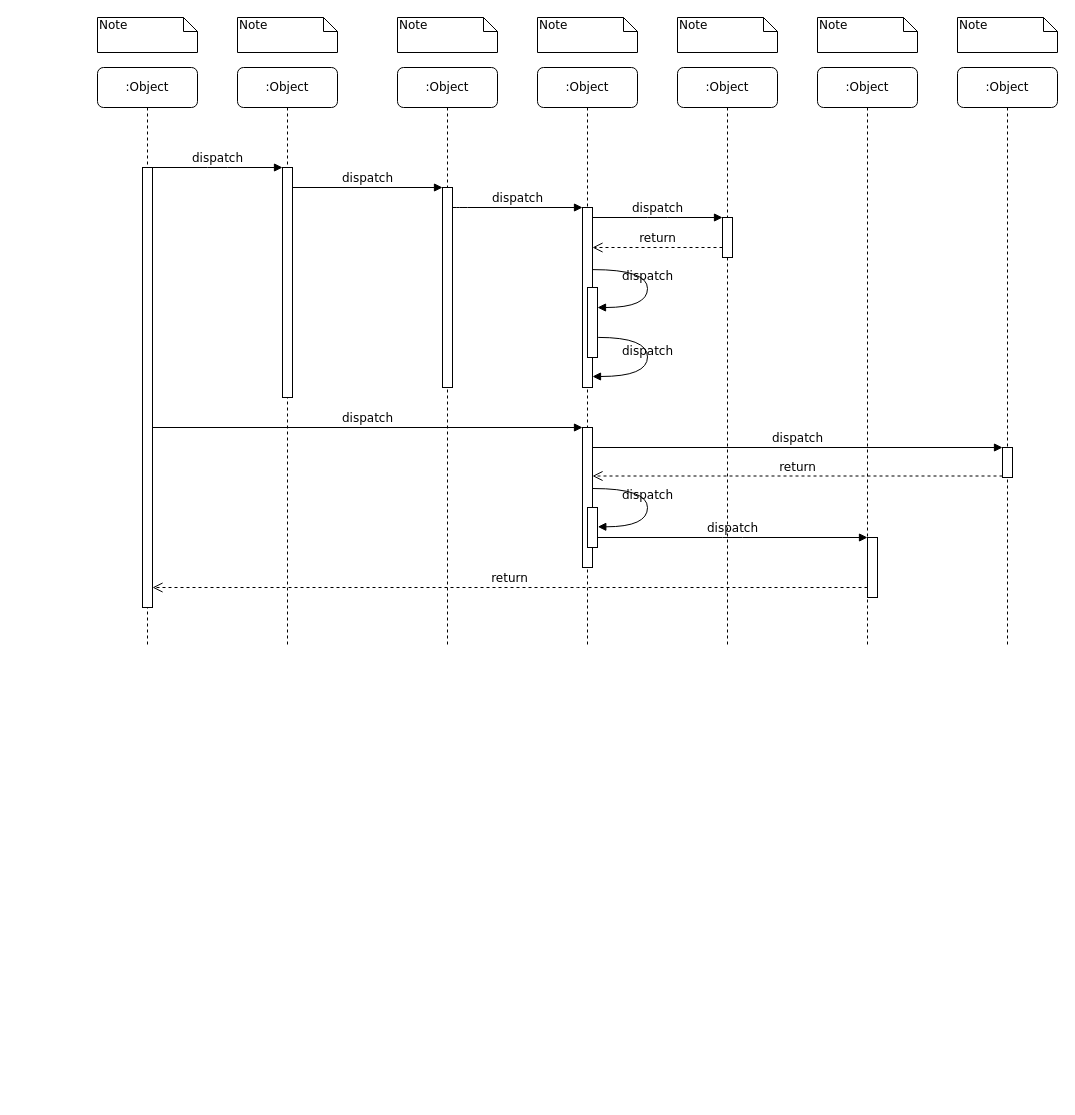
Earlier version of the draw.io diagram leyan/dxm/Sequence Diagram 1.drawio (GeekKwok/UML). Source tidied: cells renumbered, new cells numbered last; positions are measured from the earlier drawing's top-left corner, leaving out a move shared by most shapes. Both pictures are drawn from the tidied source at 100%, with x=0, y=0 at pixel (97, 17).
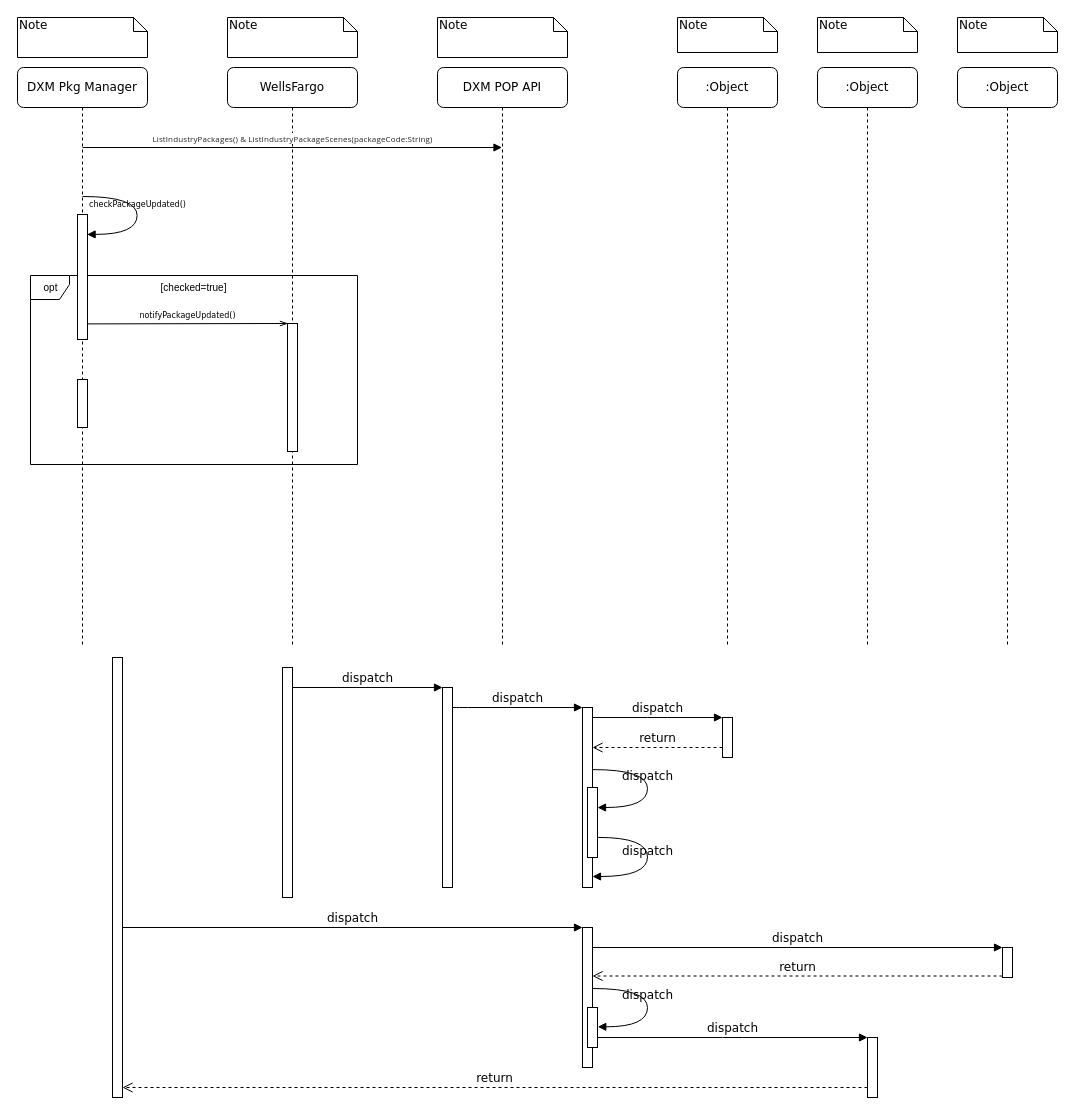
Above is the later version.

Change to the diagram source:
```diff
@@
-    <mxCell id="2" value=":Object" style="shape=umlLifeline;perimeter=lifelinePerimeter;whiteSpace=wrap;html=1;rounded=1;shadow=0;comic=0;labelBackgroundColor=none;strokeWidth=1;fontFamily=Verdana;fontSize=12;align=center;" parent="1" vertex="1">
-      <mxGeometry x="140" y="50" width="100" height="580" as="geometry" />
-    </mxCell>
-    <mxCell id="3" style="html=1;points=[];perimeter=orthogonalPerimeter;rounded=0;shadow=0;comic=0;labelBackgroundColor=none;strokeWidth=1;fontFamily=Verdana;fontSize=12;align=center;" parent="2" vertex="1">
-      <mxGeometry x="45" y="100" width="10" height="230" as="geometry" />
-    </mxCell>
-    <mxCell id="4" value=":Object" style="shape=umlLifeline;perimeter=lifelinePerimeter;whiteSpace=wrap;html=1;rounded=1;shadow=0;comic=0;labelBackgroundColor=none;strokeWidth=1;fontFamily=Verdana;fontSize=12;align=center;" parent="1" vertex="1">
-      <mxGeometry x="300" y="50" width="100" height="580" as="geometry" />
-    </mxCell>
-    <mxCell id="5" style="html=1;points=[];perimeter=orthogonalPerimeter;rounded=0;shadow=0;comic=0;labelBackgroundColor=none;strokeWidth=1;fontFamily=Verdana;fontSize=12;align=center;" parent="4" vertex="1">
-      <mxGeometry x="45" y="120" width="10" height="200" as="geometry" />
-    </mxCell>
-    <mxCell id="6" value=":Object" style="shape=umlLifeline;perimeter=lifelinePerimeter;whiteSpace=wrap;html=1;rounded=1;shadow=0;comic=0;labelBackgroundColor=none;strokeWidth=1;fontFamily=Verdana;fontSize=12;align=center;" parent="1" vertex="1">
-      <mxGeometry x="440" y="50" width="100" height="580" as="geometry" />
-    </mxCell>
+    <mxCell id="10" value="DXM Pkg Manager" style="shape=umlLifeline;perimeter=lifelinePerimeter;whiteSpace=wrap;html=1;rounded=1;shadow=0;comic=0;labelBackgroundColor=none;strokeWidth=1;fontFamily=Verdana;fontSize=12;align=center;" parent="1" vertex="1">
+      <mxGeometry x="-80" y="50" width="130" height="580" as="geometry" />
+    </mxCell>
+    <mxCell id="39" value="WellsFargo" style="shape=umlLifeline;perimeter=lifelinePerimeter;whiteSpace=wrap;html=1;rounded=1;shadow=0;comic=0;labelBackgroundColor=none;strokeWidth=1;fontFamily=Verdana;fontSize=12;align=center;" parent="1" vertex="1">
+      <mxGeometry x="130" y="50" width="130" height="580" as="geometry" />
+    </mxCell>
+    <mxCell id="40" value="&lt;font style=&quot;font-size: 10px&quot;&gt;opt&lt;/font&gt;" style="shape=umlFrame;tabPosition=left;html=1;boundedLbl=1;labelInHeader=1;width=39;height=24;" parent="1" vertex="1">
+      <mxGeometry x="-67" y="258" width="327" height="189" as="geometry" />
+    </mxCell>
+    <mxCell id="41" value="[checked=true]" style="text;align=center;fontSize=10;" parent="40" vertex="1">
+      <mxGeometry width="100" height="20" relative="1" as="geometry">
+        <mxPoint x="113.5" as="offset" />
+      </mxGeometry>
+    </mxCell>
+    <mxCell id="42" style="html=1;points=[];perimeter=orthogonalPerimeter;rounded=0;shadow=0;comic=0;labelBackgroundColor=none;strokeWidth=1;fontFamily=Verdana;fontSize=12;align=center;" parent="40" vertex="1">
+      <mxGeometry x="257" y="48" width="10" height="128" as="geometry" />
+    </mxCell>
+    <mxCell id="43" style="html=1;perimeter=orthogonalPerimeter;rounded=0;shadow=0;comic=0;labelBackgroundColor=none;strokeWidth=1;fontFamily=Verdana;fontSize=12;align=center;" parent="40" vertex="1">
+      <mxGeometry x="47" y="104" width="10" height="48" as="geometry" />
+    </mxCell>
@@
-    <mxCell id="10" value=":Object" style="shape=umlLifeline;perimeter=lifelinePerimeter;whiteSpace=wrap;html=1;rounded=1;shadow=0;comic=0;labelBackgroundColor=none;strokeWidth=1;fontFamily=Verdana;fontSize=12;align=center;" parent="1" vertex="1">
-      <mxGeometry y="50" width="100" height="580" as="geometry" />
-    </mxCell>
+    <mxCell id="34" value="Note" style="shape=note;whiteSpace=wrap;html=1;size=14;verticalAlign=top;align=left;spacingTop=-6;rounded=0;shadow=0;comic=0;labelBackgroundColor=none;strokeWidth=1;fontFamily=Verdana;fontSize=12;" parent="1" vertex="1">
+      <mxGeometry x="340" width="130" height="40" as="geometry" />
+    </mxCell>
+    <mxCell id="36" value="Note" style="shape=note;whiteSpace=wrap;html=1;size=14;verticalAlign=top;align=left;spacingTop=-6;rounded=0;shadow=0;comic=0;labelBackgroundColor=none;strokeWidth=1;fontFamily=Verdana;fontSize=12;" parent="1" vertex="1">
+      <mxGeometry x="580" width="100" height="35" as="geometry" />
+    </mxCell>
+    <mxCell id="37" value="Note" style="shape=note;whiteSpace=wrap;html=1;size=14;verticalAlign=top;align=left;spacingTop=-6;rounded=0;shadow=0;comic=0;labelBackgroundColor=none;strokeWidth=1;fontFamily=Verdana;fontSize=12;" parent="1" vertex="1">
+      <mxGeometry x="720" width="100" height="35" as="geometry" />
+    </mxCell>
+    <mxCell id="38" value="Note" style="shape=note;whiteSpace=wrap;html=1;size=14;verticalAlign=top;align=left;spacingTop=-6;rounded=0;shadow=0;comic=0;labelBackgroundColor=none;strokeWidth=1;fontFamily=Verdana;fontSize=12;" parent="1" vertex="1">
+      <mxGeometry x="860" width="100" height="35" as="geometry" />
+    </mxCell>
+    <mxCell id="3" style="html=1;points=[];perimeter=orthogonalPerimeter;rounded=0;shadow=0;comic=0;labelBackgroundColor=none;strokeWidth=1;fontFamily=Verdana;fontSize=12;align=center;" parent="1" vertex="1">
+      <mxGeometry x="185" y="650" width="10" height="230" as="geometry" />
+    </mxCell>
+    <mxCell id="5" style="html=1;points=[];perimeter=orthogonalPerimeter;rounded=0;shadow=0;comic=0;labelBackgroundColor=none;strokeWidth=1;fontFamily=Verdana;fontSize=12;align=center;" parent="1" vertex="1">
+      <mxGeometry x="345" y="670" width="10" height="200" as="geometry" />
+    </mxCell>
-    <mxCell id="11" style="html=1;points=[];perimeter=orthogonalPerimeter;rounded=0;shadow=0;comic=0;labelBackgroundColor=none;strokeWidth=1;fontFamily=Verdana;fontSize=12;align=center;" parent="10" vertex="1">
-      <mxGeometry x="45" y="100" width="10" height="440" as="geometry" />
+    <mxCell id="11" style="html=1;points=[];perimeter=orthogonalPerimeter;rounded=0;shadow=0;comic=0;labelBackgroundColor=none;strokeWidth=1;fontFamily=Verdana;fontSize=12;align=center;" parent="1" vertex="1">
+      <mxGeometry x="15" y="640" width="10" height="440" as="geometry" />
     </mxCell>
     <mxCell id="12" style="html=1;points=[];perimeter=orthogonalPerimeter;rounded=0;shadow=0;comic=0;labelBackgroundColor=none;strokeWidth=1;fontFamily=Verdana;fontSize=12;align=center;" parent="1" vertex="1">
-      <mxGeometry x="485" y="190" width="10" height="180" as="geometry" />
+      <mxGeometry x="485" y="690" width="10" height="180" as="geometry" />
     </mxCell>
     <mxCell id="13" value="dispatch" style="html=1;verticalAlign=bottom;endArrow=block;labelBackgroundColor=none;fontFamily=Verdana;fontSize=12;edgeStyle=elbowEdgeStyle;elbow=vertical;" parent="1" edge="1" source="5" target="12">
       <mxGeometry relative="1" as="geometry">
         <Array as="points">
-          <mxPoint x="360" y="190" />
+          <mxPoint x="360" y="690" />
         </Array>
       </mxGeometry>
     </mxCell>
     <mxCell id="14" style="html=1;points=[];perimeter=orthogonalPerimeter;rounded=0;shadow=0;comic=0;labelBackgroundColor=none;strokeWidth=1;fontFamily=Verdana;fontSize=12;align=center;" parent="1" vertex="1">
-      <mxGeometry x="625" y="200" width="10" height="40" as="geometry" />
+      <mxGeometry x="625" y="700" width="10" height="40" as="geometry" />
     </mxCell>
@@
     <mxCell id="16" value="return" style="html=1;verticalAlign=bottom;endArrow=open;dashed=1;endSize=8;labelBackgroundColor=none;fontFamily=Verdana;fontSize=12;edgeStyle=elbowEdgeStyle;elbow=vertical;" parent="1" edge="1" source="14" target="12">
       <mxGeometry relative="1" as="geometry">
         <Array as="points">
-          <mxPoint x="570" y="230" />
-          <mxPoint x="600" y="230" />
+          <mxPoint x="570" y="730" />
+          <mxPoint x="600" y="730" />
         </Array>
       </mxGeometry>
     </mxCell>
     <mxCell id="17" style="html=1;points=[];perimeter=orthogonalPerimeter;rounded=0;shadow=0;comic=0;labelBackgroundColor=none;strokeWidth=1;fontFamily=Verdana;fontSize=12;align=center;" parent="1" vertex="1">
-      <mxGeometry x="485" y="410" width="10" height="140" as="geometry" />
+      <mxGeometry x="485" y="910" width="10" height="140" as="geometry" />
     </mxCell>
@@
     <mxCell id="19" style="html=1;points=[];perimeter=orthogonalPerimeter;rounded=0;shadow=0;comic=0;labelBackgroundColor=none;strokeColor=#000000;strokeWidth=1;fillColor=#FFFFFF;fontFamily=Verdana;fontSize=12;fontColor=#000000;align=center;" parent="1" vertex="1">
-      <mxGeometry x="905" y="430" width="10" height="30" as="geometry" />
+      <mxGeometry x="905" y="930" width="10" height="30" as="geometry" />
     </mxCell>
@@
     <mxCell id="22" style="html=1;points=[];perimeter=orthogonalPerimeter;rounded=0;shadow=0;comic=0;labelBackgroundColor=none;strokeWidth=1;fontFamily=Verdana;fontSize=12;align=center;" parent="1" vertex="1">
-      <mxGeometry x="770" y="520" width="10" height="60" as="geometry" />
+      <mxGeometry x="770" y="1020" width="10" height="60" as="geometry" />
     </mxCell>
@@
     <mxCell id="24" value="return" style="html=1;verticalAlign=bottom;endArrow=open;dashed=1;endSize=8;labelBackgroundColor=none;fontFamily=Verdana;fontSize=12;edgeStyle=elbowEdgeStyle;elbow=vertical;" parent="1" edge="1" source="22" target="11">
       <mxGeometry relative="1" as="geometry">
         <Array as="points">
-          <mxPoint x="470" y="570" />
+          <mxPoint x="470" y="1070" />
         </Array>
       </mxGeometry>
     </mxCell>
-    <mxCell id="25" value="dispatch" style="html=1;verticalAlign=bottom;endArrow=block;entryX=0;entryY=0;labelBackgroundColor=none;fontFamily=Verdana;fontSize=12;edgeStyle=elbowEdgeStyle;elbow=vertical;" parent="1" edge="1" source="11" target="3">
-      <mxGeometry relative="1" as="geometry" />
-    </mxCell>
@@
     <mxCell id="27" style="html=1;points=[];perimeter=orthogonalPerimeter;rounded=0;shadow=0;comic=0;labelBackgroundColor=none;strokeWidth=1;fontFamily=Verdana;fontSize=12;align=center;" parent="1" vertex="1">
-      <mxGeometry x="490" y="270" width="10" height="70" as="geometry" />
+      <mxGeometry x="490" y="770" width="10" height="70" as="geometry" />
     </mxCell>
     <mxCell id="28" value="dispatch" style="html=1;verticalAlign=bottom;endArrow=block;labelBackgroundColor=none;fontFamily=Verdana;fontSize=12;elbow=vertical;edgeStyle=orthogonalEdgeStyle;curved=1;entryX=1;entryY=0.286;entryPerimeter=0;exitX=1.038;exitY=0.345;exitPerimeter=0;" parent="1" edge="1" source="12" target="27">
       <mxGeometry relative="1" as="geometry">
         <Array as="points">
-          <mxPoint x="550" y="252" />
-          <mxPoint x="550" y="290" />
+          <mxPoint x="550" y="752" />
+          <mxPoint x="550" y="790" />
         </Array>
       </mxGeometry>
     </mxCell>
     <mxCell id="29" value="dispatch" style="html=1;verticalAlign=bottom;endArrow=block;labelBackgroundColor=none;fontFamily=Verdana;fontSize=12;elbow=vertical;edgeStyle=orthogonalEdgeStyle;curved=1;exitX=1.066;exitY=0.713;exitPerimeter=0;" parent="1" edge="1" source="27">
       <mxGeometry relative="1" as="geometry">
-        <mxPoint x="495" y="359" as="targetPoint" />
+        <mxPoint x="495" y="859" as="targetPoint" />
         <Array as="points">
-          <mxPoint x="550" y="320" />
-          <mxPoint x="550" y="359" />
+          <mxPoint x="550" y="820" />
+          <mxPoint x="550" y="859" />
         </Array>
       </mxGeometry>
     </mxCell>
     <mxCell id="30" style="html=1;points=[];perimeter=orthogonalPerimeter;rounded=0;shadow=0;comic=0;labelBackgroundColor=none;strokeWidth=1;fontFamily=Verdana;fontSize=12;align=center;" parent="1" vertex="1">
-      <mxGeometry x="490" y="490" width="10" height="40" as="geometry" />
+      <mxGeometry x="490" y="990" width="10" height="40" as="geometry" />
     </mxCell>
     <mxCell id="31" value="dispatch" style="html=1;verticalAlign=bottom;endArrow=block;labelBackgroundColor=none;fontFamily=Verdana;fontSize=12;elbow=vertical;edgeStyle=orthogonalEdgeStyle;curved=1;entryX=1;entryY=0.286;entryPerimeter=0;exitX=1.038;exitY=0.345;exitPerimeter=0;" parent="1" edge="1">
       <mxGeometry relative="1" as="geometry">
-        <mxPoint x="495.3" y="471" as="sourcePoint" />
-        <mxPoint x="500.3" y="509.3" as="targetPoint" />
+        <mxPoint x="495.3" y="971" as="sourcePoint" />
+        <mxPoint x="500.3" y="1009.3" as="targetPoint" />
         <Array as="points">
-          <mxPoint x="550" y="471" />
-          <mxPoint x="550" y="509" />
+          <mxPoint x="550" y="971" />
+          <mxPoint x="550" y="1009" />
         </Array>
       </mxGeometry>
     </mxCell>
-    <mxCell id="32" value="Note" style="shape=note;whiteSpace=wrap;html=1;size=14;verticalAlign=top;align=left;spacingTop=-6;rounded=0;shadow=0;comic=0;labelBackgroundColor=none;strokeWidth=1;fontFamily=Verdana;fontSize=12;" parent="1" vertex="1">
-      <mxGeometry width="100" height="35" as="geometry" />
-    </mxCell>
-    <mxCell id="33" value="Note" style="shape=note;whiteSpace=wrap;html=1;size=14;verticalAlign=top;align=left;spacingTop=-6;rounded=0;shadow=0;comic=0;labelBackgroundColor=none;strokeWidth=1;fontFamily=Verdana;fontSize=12;" parent="1" vertex="1">
-      <mxGeometry x="140" width="100" height="35" as="geometry" />
-    </mxCell>
-    <mxCell id="34" value="Note" style="shape=note;whiteSpace=wrap;html=1;size=14;verticalAlign=top;align=left;spacingTop=-6;rounded=0;shadow=0;comic=0;labelBackgroundColor=none;strokeWidth=1;fontFamily=Verdana;fontSize=12;" parent="1" vertex="1">
-      <mxGeometry x="300" width="100" height="35" as="geometry" />
-    </mxCell>
-    <mxCell id="35" value="Note" style="shape=note;whiteSpace=wrap;html=1;size=14;verticalAlign=top;align=left;spacingTop=-6;rounded=0;shadow=0;comic=0;labelBackgroundColor=none;strokeWidth=1;fontFamily=Verdana;fontSize=12;" parent="1" vertex="1">
-      <mxGeometry x="440" width="100" height="35" as="geometry" />
-    </mxCell>
-    <mxCell id="36" value="Note" style="shape=note;whiteSpace=wrap;html=1;size=14;verticalAlign=top;align=left;spacingTop=-6;rounded=0;shadow=0;comic=0;labelBackgroundColor=none;strokeWidth=1;fontFamily=Verdana;fontSize=12;" parent="1" vertex="1">
-      <mxGeometry x="580" width="100" height="35" as="geometry" />
-    </mxCell>
-    <mxCell id="37" value="Note" style="shape=note;whiteSpace=wrap;html=1;size=14;verticalAlign=top;align=left;spacingTop=-6;rounded=0;shadow=0;comic=0;labelBackgroundColor=none;strokeWidth=1;fontFamily=Verdana;fontSize=12;" parent="1" vertex="1">
-      <mxGeometry x="720" width="100" height="35" as="geometry" />
-    </mxCell>
-    <mxCell id="38" value="Note" style="shape=note;whiteSpace=wrap;html=1;size=14;verticalAlign=top;align=left;spacingTop=-6;rounded=0;shadow=0;comic=0;labelBackgroundColor=none;strokeWidth=1;fontFamily=Verdana;fontSize=12;" parent="1" vertex="1">
-      <mxGeometry x="860" width="100" height="35" as="geometry" />
-    </mxCell>
+    <mxCell id="44" value="DXM POP API" style="shape=umlLifeline;perimeter=lifelinePerimeter;whiteSpace=wrap;html=1;outlineConnect=0;rounded=1;shadow=0;comic=0;labelBackgroundColor=none;strokeWidth=1;fontFamily=Verdana;fontSize=12;align=center;" parent="1" vertex="1">
+      <mxGeometry x="340" y="50" width="130" height="580" as="geometry" />
+    </mxCell>
+    <mxCell id="45" value="Note" style="shape=note;whiteSpace=wrap;html=1;size=14;verticalAlign=top;align=left;spacingTop=-6;rounded=0;shadow=0;comic=0;labelBackgroundColor=none;strokeWidth=1;fontFamily=Verdana;fontSize=12;" parent="1" vertex="1">
+      <mxGeometry x="130" width="130" height="40" as="geometry" />
+    </mxCell>
+    <mxCell id="46" value="Note" style="shape=note;whiteSpace=wrap;html=1;size=14;verticalAlign=top;align=left;spacingTop=-6;rounded=0;shadow=0;comic=0;labelBackgroundColor=none;strokeWidth=1;fontFamily=Verdana;fontSize=12;" parent="1" vertex="1">
+      <mxGeometry x="-80" width="130" height="40" as="geometry" />
+    </mxCell>
+    <mxCell id="47" value="&lt;font style=&quot;font-size: 8px&quot;&gt;&lt;span style=&quot;box-sizing: border-box ; color: rgb(64 , 64 , 64) ; font-family: &amp;#34;chinese quote&amp;#34; , &amp;#34;segoe ui&amp;#34; , &amp;#34;roboto&amp;#34; , &amp;#34;pingfang sc&amp;#34; , &amp;#34;hiragino sans gb&amp;#34; , &amp;#34;microsoft yahei&amp;#34; , &amp;#34;helvetica neue&amp;#34; , &amp;#34;helvetica&amp;#34; , &amp;#34;arial&amp;#34; , sans-serif , &amp;#34;apple color emoji&amp;#34; ; letter-spacing: 0.12px ; background-color: rgb(255 , 255 , 255)&quot;&gt;&lt;span style=&quot;box-sizing: border-box ; color: rgb(38 , 38 , 38)&quot;&gt;ListIndustryPackages() &amp;amp;&amp;nbsp;&lt;/span&gt;&lt;/span&gt;&lt;span style=&quot;color: rgb(38 , 38 , 38) ; font-family: &amp;#34;chinese quote&amp;#34; , &amp;#34;segoe ui&amp;#34; , &amp;#34;roboto&amp;#34; , &amp;#34;pingfang sc&amp;#34; , &amp;#34;hiragino sans gb&amp;#34; , &amp;#34;microsoft yahei&amp;#34; , &amp;#34;helvetica neue&amp;#34; , &amp;#34;helvetica&amp;#34; , &amp;#34;arial&amp;#34; , sans-serif , &amp;#34;apple color emoji&amp;#34; ; letter-spacing: 0.12px ; background-color: rgb(255 , 255 , 255)&quot;&gt;ListIndustryPackageScenes(packageCode:String)&lt;/span&gt;&lt;/font&gt;" style="html=1;verticalAlign=bottom;endArrow=block;labelBackgroundColor=none;fontFamily=Verdana;fontSize=12;edgeStyle=elbowEdgeStyle;elbow=vertical;" parent="1" edge="1" target="44">
+      <mxGeometry relative="1" as="geometry">
+        <mxPoint x="-15" y="130" as="sourcePoint" />
+      </mxGeometry>
+    </mxCell>
+    <mxCell id="48" value="&lt;font style=&quot;font-size: 8px&quot;&gt;checkPackageUpdated()&lt;/font&gt;" style="html=1;verticalAlign=bottom;endArrow=block;labelBackgroundColor=none;fontFamily=Verdana;fontSize=12;elbow=vertical;edgeStyle=orthogonalEdgeStyle;curved=1;entryX=1;entryY=0.286;entryPerimeter=0;exitX=1.038;exitY=0.345;exitPerimeter=0;" parent="1" edge="1">
+      <mxGeometry relative="1" as="geometry">
+        <mxPoint x="-15" y="179" as="sourcePoint" />
+        <mxPoint x="-10.4" y="216.9" as="targetPoint" />
+        <Array as="points">
+          <mxPoint x="39.6" y="178.9" />
+          <mxPoint x="39.6" y="216.9" />
+        </Array>
+      </mxGeometry>
+    </mxCell>
+    <mxCell id="49" style="html=1;perimeter=orthogonalPerimeter;rounded=0;shadow=0;comic=0;labelBackgroundColor=none;strokeWidth=1;fontFamily=Verdana;fontSize=12;align=center;" parent="1" vertex="1">
+      <mxGeometry x="-20" y="197" width="10" height="125" as="geometry" />
+    </mxCell>
+    <mxCell id="50" value="&lt;span style=&quot;font-size: 8px&quot;&gt;notifyPackageUpdated()&lt;/span&gt;" style="html=1;verticalAlign=bottom;endArrow=openThin;labelBackgroundColor=none;fontFamily=Verdana;fontSize=12;edgeStyle=elbowEdgeStyle;elbow=vertical;exitX=0.982;exitY=0.771;exitDx=0;exitDy=0;exitPerimeter=0;endFill=0;entryX=0.044;entryY=-0.001;entryDx=0;entryDy=0;entryPerimeter=0;" parent="1" edge="1" target="42">
+      <mxGeometry relative="1" as="geometry">
+        <mxPoint x="-10.2" y="306.4" as="sourcePoint" />
+      </mxGeometry>
+    </mxCell>
```
